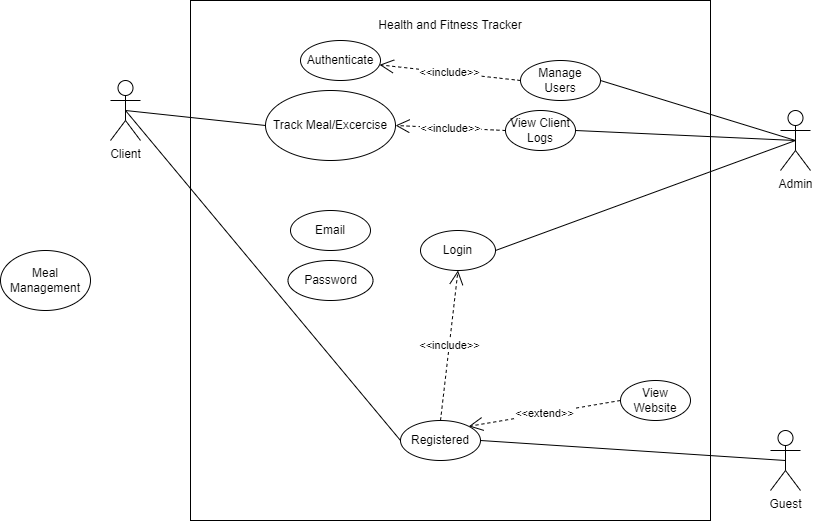
Earlier version of the draw.io export SRS.drawio.png (kaisunoo/Acads). Source tidied: cells renumbered, new cells last; positions are measured from the earlier drawing's top-left corner, leaving out a move shared by most shapes.
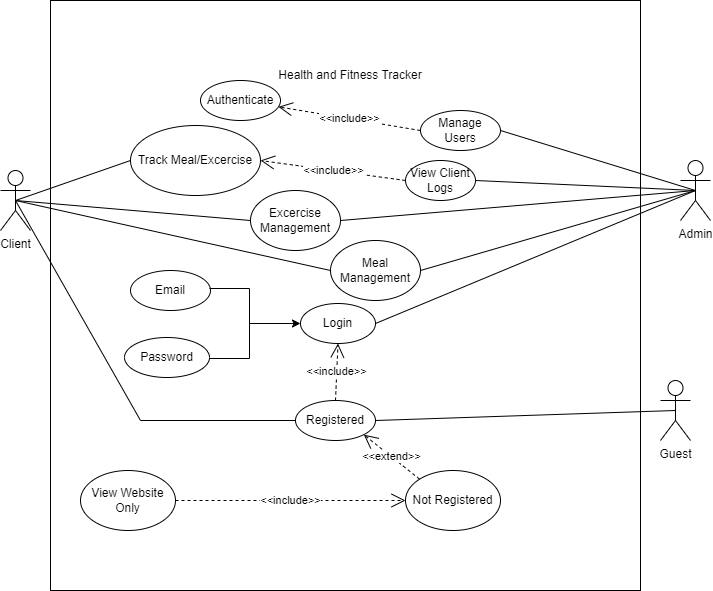
Above is the later version.

What changed in the source:
```diff
@@ -3,55 +3,55 @@
     <mxCell id="0" />
     <mxCell id="1" parent="0" />
     <mxCell id="2" style="whiteSpace=wrap;html=1;" parent="1" vertex="1">
-      <mxGeometry x="190" width="520" height="520" as="geometry" />
+      <mxGeometry x="150" y="-50" width="590" height="590" as="geometry" />
     </mxCell>
     <mxCell id="3" value="Health and Fitness Tracker" style="text;strokeColor=none;align=center;fillColor=none;html=1;verticalAlign=middle;whiteSpace=wrap;rounded=0;" parent="1" vertex="1">
       <mxGeometry x="370" y="10" width="160" height="30" as="geometry" />
     </mxCell>
     <mxCell id="4" value="Client" style="shape=umlActor;verticalLabelPosition=bottom;verticalAlign=top;html=1;outlineConnect=0;" parent="1" vertex="1">
-      <mxGeometry x="110" y="80" width="30" height="60" as="geometry" />
+      <mxGeometry x="100" y="120" width="30" height="60" as="geometry" />
     </mxCell>
     <mxCell id="5" value="Guest" style="shape=umlActor;verticalLabelPosition=bottom;verticalAlign=top;html=1;outlineConnect=0;" parent="1" vertex="1">
-      <mxGeometry x="770" y="430" width="30" height="60" as="geometry" />
+      <mxGeometry x="760" y="330" width="30" height="60" as="geometry" />
     </mxCell>
     <mxCell id="6" value="Admin" style="shape=umlActor;verticalLabelPosition=bottom;verticalAlign=top;html=1;outlineConnect=0;" parent="1" vertex="1">
       <mxGeometry x="780" y="110" width="30" height="60" as="geometry" />
     </mxCell>
     <mxCell id="7" value="Login" style="ellipse;whiteSpace=wrap;html=1;" parent="1" vertex="1">
-      <mxGeometry x="420" y="230" width="75" height="40" as="geometry" />
+      <mxGeometry x="400" y="253" width="75" height="40" as="geometry" />
     </mxCell>
     <mxCell id="8" value="Registered" style="ellipse;whiteSpace=wrap;html=1;" parent="1" vertex="1">
-      <mxGeometry x="400" y="420" width="80" height="40" as="geometry" />
+      <mxGeometry x="395" y="350" width="80" height="40" as="geometry" />
     </mxCell>
-    <mxCell id="9" value="View Website" style="ellipse;whiteSpace=wrap;html=1;" parent="1" vertex="1">
-      <mxGeometry x="620" y="380" width="70" height="40" as="geometry" />
+    <mxCell id="9" value="Not Registered" style="ellipse;whiteSpace=wrap;html=1;" parent="1" vertex="1">
+      <mxGeometry x="505" y="420" width="95" height="60" as="geometry" />
     </mxCell>
-    <mxCell id="10" value="&amp;lt;&amp;lt;extend&amp;gt;&amp;gt;" style="endArrow=open;endSize=12;dashed=1;html=1;rounded=0;entryX=1;entryY=0;entryDx=0;entryDy=0;exitX=0;exitY=0.5;exitDx=0;exitDy=0;" parent="1" edge="1" source="9" target="8">
+    <mxCell id="10" value="&amp;lt;&amp;lt;extend&amp;gt;&amp;gt;" style="endArrow=open;endSize=12;dashed=1;html=1;rounded=0;entryX=1;entryY=1;entryDx=0;entryDy=0;exitX=0;exitY=0;exitDx=0;exitDy=0;" parent="1" edge="1" source="9" target="8">
       <mxGeometry relative="1" as="geometry" />
     </mxCell>
     <mxCell id="11" value="&amp;lt;&amp;lt;include&amp;gt;&amp;gt;" style="endArrow=open;endSize=12;dashed=1;html=1;rounded=0;exitX=0.5;exitY=0;exitDx=0;exitDy=0;entryX=0.5;entryY=1;entryDx=0;entryDy=0;" parent="1" edge="1" source="8" target="7">
       <mxGeometry relative="1" as="geometry" />
     </mxCell>
     <mxCell id="12" value="Meal Management" style="ellipse;whiteSpace=wrap;html=1;" parent="1" vertex="1">
-      <mxGeometry y="250" width="90" height="60" as="geometry" />
+      <mxGeometry x="430" y="190" width="90" height="60" as="geometry" />
     </mxCell>
     <mxCell id="13" value="Manage Users" style="ellipse;whiteSpace=wrap;html=1;" parent="1" vertex="1">
       <mxGeometry x="520" y="60" width="80" height="40" as="geometry" />
     </mxCell>
     <mxCell id="14" value="Authenticate" style="ellipse;whiteSpace=wrap;html=1;" parent="1" vertex="1">
-      <mxGeometry x="300" y="40" width="80" height="40" as="geometry" />
+      <mxGeometry x="300" y="30" width="80" height="40" as="geometry" />
     </mxCell>
     <mxCell id="15" value="&amp;lt;&amp;lt;include&amp;gt;&amp;gt;" style="endArrow=open;endSize=12;dashed=1;html=1;rounded=0;exitX=0;exitY=0.5;exitDx=0;exitDy=0;" parent="1" edge="1" source="13" target="14">
       <mxGeometry relative="1" as="geometry" />
     </mxCell>
     <mxCell id="16" value="Track Meal/Excercise" style="ellipse;whiteSpace=wrap;html=1;" parent="1" vertex="1">
-      <mxGeometry x="265" y="90" width="130" height="70" as="geometry" />
+      <mxGeometry x="230" y="75" width="130" height="70" as="geometry" />
     </mxCell>
     <mxCell id="17" value="Email" style="ellipse;whiteSpace=wrap;html=1;" parent="1" vertex="1">
-      <mxGeometry x="290" y="210" width="80" height="40" as="geometry" />
+      <mxGeometry x="230" y="220" width="80" height="40" as="geometry" />
     </mxCell>
     <mxCell id="18" value="Password" style="ellipse;whiteSpace=wrap;html=1;" parent="1" vertex="1">
-      <mxGeometry x="287.5" y="260" width="85" height="40" as="geometry" />
+      <mxGeometry x="224" y="287" width="85" height="40" as="geometry" />
     </mxCell>
     <mxCell id="19" style="endArrow=none;html=1;rounded=0;entryX=0.5;entryY=0.5;entryDx=0;entryDy=0;entryPerimeter=0;exitX=1;exitY=0.5;exitDx=0;exitDy=0;" parent="1" edge="1" source="13" target="6">
       <mxGeometry relative="1" as="geometry" />
@@ -59,12 +59,6 @@
     <mxCell id="20" style="endArrow=none;html=1;rounded=0;entryX=0.5;entryY=0.5;entryDx=0;entryDy=0;entryPerimeter=0;exitX=1;exitY=0.5;exitDx=0;exitDy=0;" parent="1" edge="1" source="7" target="6">
       <mxGeometry relative="1" as="geometry" />
     </mxCell>
-    <mxCell id="21" style="endArrow=none;html=1;rounded=0;exitX=0;exitY=0.5;exitDx=0;exitDy=0;entryX=0.5;entryY=0.5;entryDx=0;entryDy=0;entryPerimeter=0;" parent="1" edge="1" source="8" target="4">
-      <mxGeometry relative="1" as="geometry" />
-    </mxCell>
-    <mxCell id="22" style="endArrow=none;html=1;rounded=0;exitX=1;exitY=0.5;exitDx=0;exitDy=0;entryX=0.5;entryY=0.5;entryDx=0;entryDy=0;entryPerimeter=0;" parent="1" edge="1" source="8" target="5">
-      <mxGeometry relative="1" as="geometry" />
-    </mxCell>
     <mxCell id="23" value="View Client Logs" style="ellipse;whiteSpace=wrap;html=1;" parent="1" vertex="1">
       <mxGeometry x="505" y="110" width="70" height="40" as="geometry" />
     </mxCell>
@@ -74,8 +68,45 @@
     <mxCell id="25" style="endArrow=none;html=1;rounded=0;entryX=0.5;entryY=0.5;entryDx=0;entryDy=0;entryPerimeter=0;exitX=1;exitY=0.5;exitDx=0;exitDy=0;" parent="1" edge="1" source="23" target="6">
       <mxGeometry relative="1" as="geometry" />
     </mxCell>
+    <mxCell id="27" value="Excercise Management" style="ellipse;whiteSpace=wrap;html=1;" parent="1" vertex="1">
+      <mxGeometry x="350" y="140" width="90" height="60" as="geometry" />
+    </mxCell>
     <mxCell id="26" style="endArrow=none;html=1;rounded=0;entryX=0.5;entryY=0.5;entryDx=0;entryDy=0;entryPerimeter=0;exitX=0;exitY=0.5;exitDx=0;exitDy=0;" parent="1" edge="1" source="16" target="4">
       <mxGeometry relative="1" as="geometry" />
     </mxCell>
+    <mxCell id="28" style="endArrow=none;html=1;rounded=0;entryX=0.5;entryY=0.5;entryDx=0;entryDy=0;entryPerimeter=0;exitX=0;exitY=0.5;exitDx=0;exitDy=0;" parent="1" edge="1" source="12" target="4">
+      <mxGeometry relative="1" as="geometry" />
+    </mxCell>
+    <mxCell id="22" style="endArrow=none;html=1;rounded=0;entryX=0.5;entryY=0.5;entryDx=0;entryDy=0;entryPerimeter=0;exitX=1;exitY=0.5;exitDx=0;exitDy=0;" parent="1" edge="1" source="8" target="5">
+      <mxGeometry relative="1" as="geometry" />
+    </mxCell>
+    <mxCell id="29" value="View Website Only" style="ellipse;whiteSpace=wrap;html=1;" parent="1" vertex="1">
+      <mxGeometry x="180" y="420" width="95" height="60" as="geometry" />
+    </mxCell>
+    <mxCell id="30" value="&amp;lt;&amp;lt;include&amp;gt;&amp;gt;" style="endArrow=open;endSize=12;dashed=1;html=1;rounded=0;exitX=1;exitY=0.5;exitDx=0;exitDy=0;entryX=0;entryY=0.5;entryDx=0;entryDy=0;" parent="1" edge="1" source="29" target="9">
+      <mxGeometry relative="1" as="geometry" />
+    </mxCell>
+    <mxCell id="31" style="endArrow=none;html=1;rounded=0;exitX=0.5;exitY=0.5;exitDx=0;exitDy=0;exitPerimeter=0;entryX=0;entryY=0.5;entryDx=0;entryDy=0;" parent="1" edge="1" source="4" target="27">
+      <mxGeometry relative="1" as="geometry" />
+    </mxCell>
+    <mxCell id="32" style="endArrow=none;html=1;rounded=0;exitX=0.5;exitY=0.5;exitDx=0;exitDy=0;exitPerimeter=0;entryX=0;entryY=0.5;entryDx=0;entryDy=0;" parent="1" edge="1" source="4" target="8">
+      <mxGeometry relative="1" as="geometry">
+        <Array as="points">
+          <mxPoint x="240" y="370" />
+        </Array>
+      </mxGeometry>
+    </mxCell>
+    <mxCell id="33" style="shape=partialRectangle;whiteSpace=wrap;html=1;bottom=1;right=1;left=1;top=0;fillColor=none;routingCenterX=-0.5;rotation=-90;" parent="1" vertex="1">
+      <mxGeometry x="294" y="253" width="70" height="40" as="geometry" />
+    </mxCell>
+    <mxCell id="34" style="endArrow=classic;html=1;rounded=0;exitX=0.5;exitY=1;exitDx=0;exitDy=0;entryX=0;entryY=0.5;entryDx=0;entryDy=0;" parent="1" edge="1" source="33" target="7">
+      <mxGeometry relative="1" as="geometry" />
+    </mxCell>
+    <mxCell id="35" style="endArrow=none;html=1;rounded=0;entryX=1;entryY=0.5;entryDx=0;entryDy=0;exitX=0.5;exitY=0.5;exitDx=0;exitDy=0;exitPerimeter=0;" parent="1" edge="1" source="6" target="27">
+      <mxGeometry relative="1" as="geometry" />
+    </mxCell>
+    <mxCell id="36" style="endArrow=none;html=1;rounded=0;entryX=0.5;entryY=0.5;entryDx=0;entryDy=0;entryPerimeter=0;exitX=1;exitY=0.5;exitDx=0;exitDy=0;" parent="1" edge="1" source="12" target="6">
+      <mxGeometry relative="1" as="geometry" />
+    </mxCell>
   </root>
 </mxGraphModel>
```
